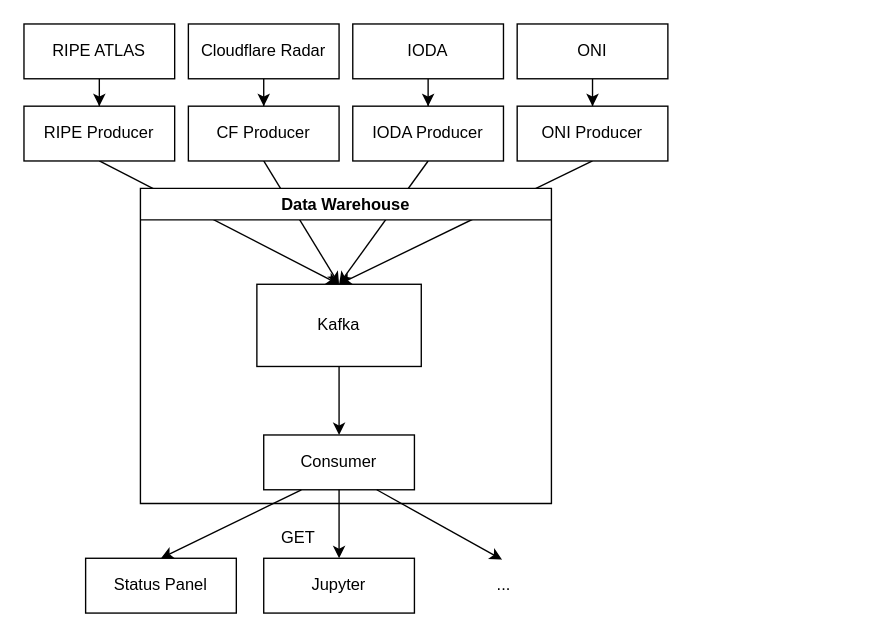
Before: hugo-docs/restricted/notes/harvesting-architecture.drawio in diic-starlink/performance-insights-into-starlink, a draw.io diagram. Source tidied: cells renumbered, new cells numbered last; positions are measured from the earlier drawing's top-left corner, leaving out a move shared by most shapes. Both pictures are drawn from the tidied source at 137%, with x=0, y=0 at pixel (23, 23). Pictures stored in the file or linked from it are replaced by grey dashed boxes.
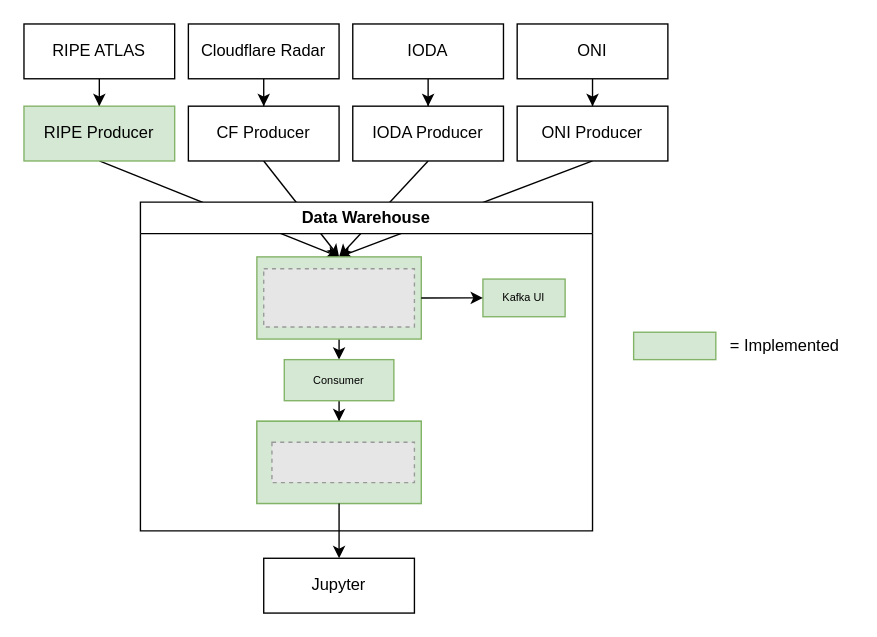
After the change.

Diff of the diagram source:
```diff
@@
-    <mxCell id="11" value="RIPE Producer" style="rounded=0;whiteSpace=wrap;html=1;" parent="1" vertex="1">
+    <mxCell id="11" value="RIPE Producer" style="rounded=0;whiteSpace=wrap;html=1;fillColor=#d5e8d4;strokeColor=#82b366;" parent="1" vertex="1">
       <mxGeometry y="60" width="110" height="40" as="geometry" />
     </mxCell>
@@
     <mxCell id="18" value="Data Warehouse" style="swimlane;whiteSpace=wrap;html=1;align=center;" parent="1" vertex="1">
-      <mxGeometry x="85" y="120" width="300" height="230" as="geometry" />
+      <mxGeometry x="85" y="130" width="330" height="240" as="geometry" />
     </mxCell>
@@
-    <mxCell id="20" value="Kafka" style="rounded=0;whiteSpace=wrap;html=1;" parent="18" vertex="1">
-      <mxGeometry x="85" y="70" width="120" height="60" as="geometry" />
+    <mxCell id="20" style="rounded=0;whiteSpace=wrap;html=1;fillColor=#d5e8d4;strokeColor=#82b366;" parent="18" vertex="1">
+      <mxGeometry x="85" y="40" width="120" height="60" as="geometry" />
     </mxCell>
+    <mxCell id="29" style="edgeStyle=orthogonalEdgeStyle;rounded=0;jettySize=auto;html=1;" parent="18" edge="1" source="21" target="33">
+      <mxGeometry relative="1" as="geometry" />
+    </mxCell>
-    <mxCell id="21" value="Consumer" style="rounded=0;whiteSpace=wrap;html=1;" parent="18" vertex="1">
-      <mxGeometry x="90" y="180" width="110" height="40" as="geometry" />
+    <mxCell id="21" value="Consumer" style="rounded=0;whiteSpace=wrap;html=1;fontSize=8;fillColor=#d5e8d4;strokeColor=#82b366;" parent="18" vertex="1">
+      <mxGeometry x="105" y="115" width="80" height="30" as="geometry" />
     </mxCell>
-    <mxCell id="22" value="Status Panel" style="rounded=0;whiteSpace=wrap;html=1;" parent="18" vertex="1">
-      <mxGeometry x="-40" y="270" width="110" height="40" as="geometry" />
+    <mxCell id="22" value="Kafka UI" style="rounded=0;whiteSpace=wrap;html=1;fontSize=8;fillColor=#d5e8d4;strokeColor=#82b366;" parent="18" vertex="1">
+      <mxGeometry x="250" y="56.2" width="60" height="27.5" as="geometry" />
     </mxCell>
-    <mxCell id="23" style="rounded=0;jettySize=auto;html=1;exitX=0.25;exitY=1;exitDx=0;exitDy=0;entryX=0.5;entryY=0;entryDx=0;entryDy=0;" parent="18" edge="1" source="21" target="22">
-      <mxGeometry relative="1" as="geometry" />
-    </mxCell>
+    <mxCell id="30" style="edgeStyle=orthogonalEdgeStyle;rounded=0;jettySize=auto;html=1;exitX=1;exitY=0.5;exitDx=0;exitDy=0;entryX=0;entryY=0.5;entryDx=0;entryDy=0;" parent="18" edge="1" source="20" target="22">
+      <mxGeometry relative="1" as="geometry" />
+    </mxCell>
+    <mxCell id="31" style="fillColor=#E6E6E6;strokeColor=#999999;dashed=1;verticalLabelPosition=bottom;labelBackgroundColor=default;verticalAlign=top;" parent="18" vertex="1">
+      <mxGeometry x="90" y="48.7" width="110" height="42.5" as="geometry" />
+    </mxCell>
+    <mxCell id="32" style="group;fillColor=#d5e8d4;strokeColor=#82b366;" parent="18" vertex="1">
+      <mxGeometry x="85" y="160" width="120" height="60" as="geometry" />
+    </mxCell>
+    <mxCell id="33" style="rounded=0;whiteSpace=wrap;html=1;fillColor=#d5e8d4;strokeColor=#82b366;" parent="18" vertex="1">
+      <mxGeometry x="85" y="160" width="120" height="60" as="geometry" />
+    </mxCell>
+    <mxCell id="34" style="fillColor=#E6E6E6;strokeColor=#999999;dashed=1;verticalLabelPosition=bottom;labelBackgroundColor=default;verticalAlign=top;" parent="18" vertex="1">
+      <mxGeometry x="96" y="175.3" width="104" height="29.5" as="geometry" />
+    </mxCell>
-    <mxCell id="24" value="Jupyter" style="rounded=0;whiteSpace=wrap;html=1;" parent="18" vertex="1">
-      <mxGeometry x="90" y="270" width="110" height="40" as="geometry" />
+    <mxCell id="24" value="Jupyter" style="rounded=0;whiteSpace=wrap;html=1;" parent="1" vertex="1">
+      <mxGeometry x="175" y="390" width="110" height="40" as="geometry" />
     </mxCell>
-    <mxCell id="25" style="edgeStyle=orthogonalEdgeStyle;rounded=0;jettySize=auto;html=1;exitX=0.5;exitY=1;exitDx=0;exitDy=0;entryX=0.5;entryY=0;entryDx=0;entryDy=0;" parent="18" edge="1" source="21" target="24">
-      <mxGeometry relative="1" as="geometry" />
-    </mxCell>
-    <mxCell id="26" value="..." style="text;html=1;align=center;verticalAlign=middle;points=[];strokeColor=none;fillColor=none;" parent="18" vertex="1">
-      <mxGeometry x="250" y="275" width="30" height="30" as="geometry" />
-    </mxCell>
-    <mxCell id="27" style="rounded=0;jettySize=auto;html=1;exitX=0.75;exitY=1;exitDx=0;exitDy=0;entryX=0.467;entryY=-0.133;entryDx=0;entryDy=0;entryPerimeter=0;" parent="18" edge="1" source="21" target="26">
-      <mxGeometry relative="1" as="geometry" />
-    </mxCell>
-    <mxCell id="28" value="GET" style="text;html=1;align=center;verticalAlign=middle;strokeColor=none;fillColor=none;" parent="18" vertex="1">
-      <mxGeometry x="90" y="240" width="50" height="30" as="geometry" />
-    </mxCell>
+    <mxCell id="35" style="edgeStyle=orthogonalEdgeStyle;rounded=0;jettySize=auto;html=1;exitX=0.5;exitY=1;exitDx=0;exitDy=0;entryX=0.5;entryY=0;entryDx=0;entryDy=0;" parent="1" edge="1" source="33" target="24">
+      <mxGeometry relative="1" as="geometry" />
+    </mxCell>
+    <mxCell id="36" style="rounded=0;whiteSpace=wrap;html=1;fillColor=#d5e8d4;strokeColor=#82b366;" parent="1" vertex="1">
+      <mxGeometry x="445" y="225" width="60" height="20" as="geometry" />
+    </mxCell>
+    <mxCell id="37" value="= Implemented" style="text;html=1;align=center;verticalAlign=middle;strokeColor=none;fillColor=none;" parent="1" vertex="1">
+      <mxGeometry x="505" y="220" width="100" height="30" as="geometry" />
+    </mxCell>
```
